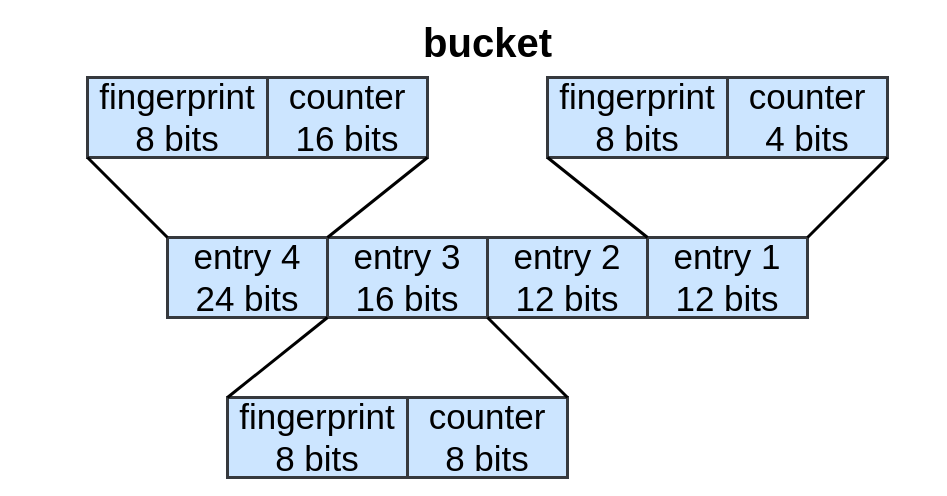
Before: page "bucket结构" (12 of 16) of 未命名绘图.drawio in sql0316/hello-world, a draw.io diagram. Source tidied: cells renumbered, new cells numbered last; positions are measured from the earlier drawing's top-left corner, leaving out a move shared by most shapes. Both pictures are drawn from the tidied source at 100%, with x=0, y=0 at pixel (87, 17).
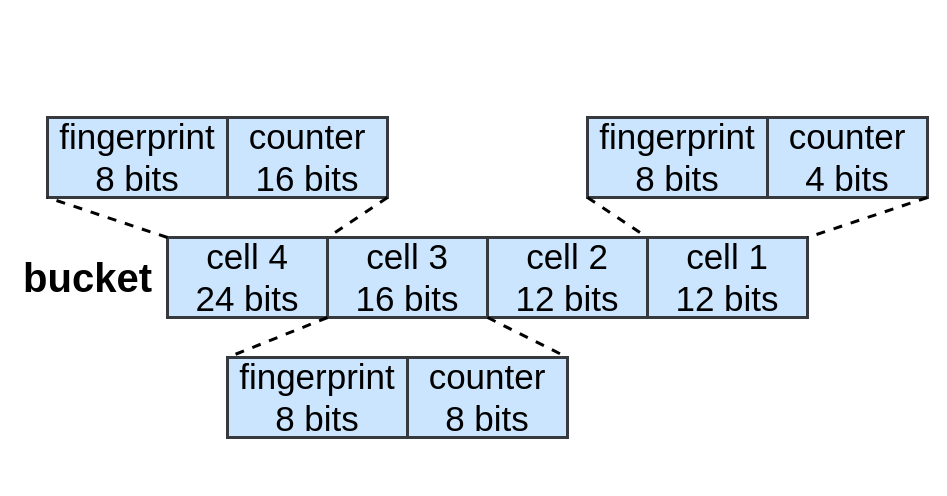
After the change.

Commit message:
更新未命名绘图.drawio

Diff of the diagram source:
```diff
@@
 <mxGraphModel>
   <root>
     <mxCell id="0" />
     <mxCell id="1" parent="0" />
-    <mxCell id="2" value="&lt;font style=&quot;font-size: 35px&quot;&gt;entry 1&lt;br&gt;12 bits&lt;br&gt;&lt;/font&gt;" style="rounded=0;whiteSpace=wrap;html=1;fontFamily=Helvetica;strokeWidth=3;fillColor=#cce5ff;strokeColor=#36393d;" parent="1" vertex="1">
+    <mxCell id="2" value="&lt;font style=&quot;font-size: 35px&quot;&gt;cell 1&lt;br&gt;12 bits&lt;br&gt;&lt;/font&gt;" style="rounded=0;whiteSpace=wrap;html=1;fontFamily=Helvetica;strokeWidth=3;fillColor=#cce5ff;strokeColor=#36393d;" parent="1" vertex="1">
       <mxGeometry x="560" y="220" width="160" height="80" as="geometry" />
     </mxCell>
-    <mxCell id="3" value="&lt;font style=&quot;font-size: 35px&quot;&gt;entry 2&lt;br&gt;12 bits&lt;br&gt;&lt;/font&gt;" style="rounded=0;whiteSpace=wrap;html=1;fontFamily=Helvetica;strokeWidth=3;fillColor=#cce5ff;strokeColor=#36393d;" parent="1" vertex="1">
+    <mxCell id="3" value="&lt;font style=&quot;font-size: 35px&quot;&gt;cell 2&lt;br&gt;12 bits&lt;br&gt;&lt;/font&gt;" style="rounded=0;whiteSpace=wrap;html=1;fontFamily=Helvetica;strokeWidth=3;fillColor=#cce5ff;strokeColor=#36393d;" parent="1" vertex="1">
       <mxGeometry x="400" y="220" width="160" height="80" as="geometry" />
     </mxCell>
-    <mxCell id="4" value="&lt;font style=&quot;font-size: 35px&quot;&gt;entry 3&lt;br&gt;16 bits&lt;br&gt;&lt;/font&gt;" style="rounded=0;whiteSpace=wrap;html=1;fontFamily=Helvetica;strokeWidth=3;fillColor=#cce5ff;strokeColor=#36393d;" parent="1" vertex="1">
+    <mxCell id="4" value="&lt;font style=&quot;font-size: 35px&quot;&gt;cell 3&lt;br&gt;16 bits&lt;br&gt;&lt;/font&gt;" style="rounded=0;whiteSpace=wrap;html=1;fontFamily=Helvetica;strokeWidth=3;fillColor=#cce5ff;strokeColor=#36393d;" parent="1" vertex="1">
       <mxGeometry x="240" y="220" width="160" height="80" as="geometry" />
     </mxCell>
-    <mxCell id="5" value="&lt;font style=&quot;font-size: 35px&quot;&gt;entry 4&lt;br&gt;24 bits&lt;br&gt;&lt;/font&gt;" style="rounded=0;whiteSpace=wrap;html=1;fontFamily=Helvetica;strokeWidth=3;fillColor=#cce5ff;strokeColor=#36393d;" parent="1" vertex="1">
+    <mxCell id="5" value="&lt;font style=&quot;font-size: 35px&quot;&gt;cell 4&lt;br&gt;24 bits&lt;br&gt;&lt;/font&gt;" style="rounded=0;whiteSpace=wrap;html=1;fontFamily=Helvetica;strokeWidth=3;fillColor=#cce5ff;strokeColor=#36393d;" parent="1" vertex="1">
       <mxGeometry x="80" y="220" width="160" height="80" as="geometry" />
     </mxCell>
     <mxCell id="6" value="&lt;font style=&quot;font-size: 35px&quot;&gt;fingerprint&lt;br&gt;8 bits&lt;br&gt;&lt;/font&gt;" style="rounded=0;whiteSpace=wrap;html=1;fontFamily=Helvetica;strokeWidth=3;fillColor=#cce5ff;strokeColor=#36393d;" parent="1" vertex="1">
-      <mxGeometry x="460" y="60" width="180" height="80" as="geometry" />
+      <mxGeometry x="500" y="100" width="180" height="80" as="geometry" />
     </mxCell>
     <mxCell id="7" value="&lt;font style=&quot;font-size: 35px&quot;&gt;counter&lt;br&gt;4 bits&lt;br&gt;&lt;/font&gt;" style="rounded=0;whiteSpace=wrap;html=1;fontFamily=Helvetica;strokeWidth=3;fillColor=#cce5ff;strokeColor=#36393d;" parent="1" vertex="1">
-      <mxGeometry x="640" y="60" width="160" height="80" as="geometry" />
+      <mxGeometry x="680" y="100" width="160" height="80" as="geometry" />
     </mxCell>
-    <mxCell id="8" style="rounded=1;jumpStyle=gap;jumpSize=6;jettySize=auto;html=1;exitX=0;exitY=1;exitDx=0;exitDy=0;shadow=0;fontFamily=Helvetica;fontSize=35;fontColor=#D4E1F5;startArrow=none;startFill=0;endArrow=none;endFill=0;strokeWidth=3;entryX=1;entryY=0;entryDx=0;entryDy=0;" parent="1" edge="1" source="6" target="3">
+    <mxCell id="8" style="rounded=1;jumpStyle=gap;jumpSize=6;jettySize=auto;html=1;exitX=0;exitY=1;exitDx=0;exitDy=0;shadow=0;fontFamily=Helvetica;fontSize=35;fontColor=#D4E1F5;startArrow=none;startFill=0;endArrow=none;endFill=0;strokeWidth=3;entryX=1;entryY=0;entryDx=0;entryDy=0;dashed=1;" parent="1" edge="1" source="6" target="3">
       <mxGeometry relative="1" as="geometry" />
     </mxCell>
-    <mxCell id="9" style="rounded=1;jumpStyle=gap;jumpSize=6;jettySize=auto;html=1;exitX=1;exitY=1;exitDx=0;exitDy=0;shadow=0;fontFamily=Helvetica;fontSize=35;fontColor=#D4E1F5;startArrow=none;startFill=0;endArrow=none;endFill=0;strokeWidth=3;entryX=1;entryY=0;entryDx=0;entryDy=0;" parent="1" edge="1" source="7" target="2">
+    <mxCell id="9" style="rounded=1;jumpStyle=gap;jumpSize=6;jettySize=auto;html=1;exitX=1;exitY=1;exitDx=0;exitDy=0;shadow=0;fontFamily=Helvetica;fontSize=35;fontColor=#D4E1F5;startArrow=none;startFill=0;endArrow=none;endFill=0;strokeWidth=3;entryX=1;entryY=0;entryDx=0;entryDy=0;dashed=1;" parent="1" edge="1" source="7" target="2">
       <mxGeometry relative="1" as="geometry" />
     </mxCell>
     <mxCell id="10" value="&lt;font style=&quot;font-size: 35px&quot;&gt;fingerprint&lt;br&gt;8 bits&lt;br&gt;&lt;/font&gt;" style="rounded=0;whiteSpace=wrap;html=1;fontFamily=Helvetica;strokeWidth=3;fillColor=#cce5ff;strokeColor=#36393d;" parent="1" vertex="1">
-      <mxGeometry x="140" y="380" width="180" height="80" as="geometry" />
+      <mxGeometry x="140" y="340" width="180" height="80" as="geometry" />
     </mxCell>
     <mxCell id="11" value="&lt;font style=&quot;font-size: 35px&quot;&gt;counter&lt;br&gt;8 bits&lt;br&gt;&lt;/font&gt;" style="rounded=0;whiteSpace=wrap;html=1;fontFamily=Helvetica;strokeWidth=3;fillColor=#cce5ff;strokeColor=#36393d;" parent="1" vertex="1">
-      <mxGeometry x="320" y="380" width="160" height="80" as="geometry" />
+      <mxGeometry x="320" y="340" width="160" height="80" as="geometry" />
     </mxCell>
-    <mxCell id="12" style="rounded=1;jumpStyle=gap;jumpSize=6;jettySize=auto;html=1;exitX=0;exitY=1;exitDx=0;exitDy=0;shadow=0;fontFamily=Helvetica;fontSize=35;fontColor=#D4E1F5;startArrow=none;startFill=0;endArrow=none;endFill=0;strokeWidth=3;entryX=0;entryY=0;entryDx=0;entryDy=0;" parent="1" edge="1" source="4" target="10">
+    <mxCell id="12" style="rounded=1;jumpStyle=gap;jumpSize=6;jettySize=auto;html=1;exitX=0;exitY=1;exitDx=0;exitDy=0;shadow=0;fontFamily=Helvetica;fontSize=35;fontColor=#D4E1F5;startArrow=none;startFill=0;endArrow=none;endFill=0;strokeWidth=3;entryX=0;entryY=0;entryDx=0;entryDy=0;dashed=1;" parent="1" edge="1" source="4" target="10">
       <mxGeometry relative="1" as="geometry" />
     </mxCell>
-    <mxCell id="13" style="rounded=1;jumpStyle=gap;jumpSize=6;jettySize=auto;html=1;exitX=1;exitY=1;exitDx=0;exitDy=0;shadow=0;fontFamily=Helvetica;fontSize=35;fontColor=#D4E1F5;startArrow=none;startFill=0;endArrow=none;endFill=0;strokeWidth=3;entryX=1;entryY=0;entryDx=0;entryDy=0;" parent="1" edge="1" source="4" target="11">
+    <mxCell id="13" style="rounded=1;jumpStyle=gap;jumpSize=6;jettySize=auto;html=1;exitX=1;exitY=1;exitDx=0;exitDy=0;shadow=0;fontFamily=Helvetica;fontSize=35;fontColor=#D4E1F5;startArrow=none;startFill=0;endArrow=none;endFill=0;strokeWidth=3;entryX=1;entryY=0;entryDx=0;entryDy=0;dashed=1;" parent="1" edge="1" source="4" target="11">
       <mxGeometry relative="1" as="geometry" />
     </mxCell>
     <mxCell id="14" value="&lt;font style=&quot;font-size: 35px&quot;&gt;fingerprint&lt;br&gt;8 bits&lt;br&gt;&lt;/font&gt;" style="rounded=0;whiteSpace=wrap;html=1;fontFamily=Helvetica;strokeWidth=3;fillColor=#cce5ff;strokeColor=#36393d;" parent="1" vertex="1">
-      <mxGeometry y="60" width="180" height="80" as="geometry" />
+      <mxGeometry x="-40" y="100" width="180" height="80" as="geometry" />
     </mxCell>
     <mxCell id="15" value="&lt;font style=&quot;font-size: 35px&quot;&gt;counter&lt;br&gt;16 bits&lt;br&gt;&lt;/font&gt;" style="rounded=0;whiteSpace=wrap;html=1;fontFamily=Helvetica;strokeWidth=3;fillColor=#cce5ff;strokeColor=#36393d;" parent="1" vertex="1">
-      <mxGeometry x="180" y="60" width="160" height="80" as="geometry" />
+      <mxGeometry x="140" y="100" width="160" height="80" as="geometry" />
     </mxCell>
-    <mxCell id="16" style="rounded=1;jumpStyle=gap;jumpSize=6;jettySize=auto;html=1;exitX=0;exitY=0;exitDx=0;exitDy=0;shadow=0;fontFamily=Helvetica;fontSize=35;fontColor=#D4E1F5;startArrow=none;startFill=0;endArrow=none;endFill=0;strokeWidth=3;entryX=0;entryY=1;entryDx=0;entryDy=0;" parent="1" edge="1" source="5" target="14">
+    <mxCell id="16" style="rounded=1;jumpStyle=gap;jumpSize=6;jettySize=auto;html=1;exitX=0;exitY=0;exitDx=0;exitDy=0;shadow=0;fontFamily=Helvetica;fontSize=35;fontColor=#D4E1F5;startArrow=none;startFill=0;endArrow=none;endFill=0;strokeWidth=3;entryX=0;entryY=1;entryDx=0;entryDy=0;dashed=1;" parent="1" edge="1" source="5" target="14">
       <mxGeometry relative="1" as="geometry" />
     </mxCell>
-    <mxCell id="17" style="rounded=1;jumpStyle=gap;jumpSize=6;jettySize=auto;html=1;exitX=1;exitY=1;exitDx=0;exitDy=0;shadow=0;fontFamily=Helvetica;fontSize=35;fontColor=#D4E1F5;startArrow=none;startFill=0;endArrow=none;endFill=0;strokeWidth=3;entryX=1;entryY=0;entryDx=0;entryDy=0;" parent="1" edge="1" source="15" target="5">
+    <mxCell id="17" style="rounded=1;jumpStyle=gap;jumpSize=6;jettySize=auto;html=1;exitX=1;exitY=1;exitDx=0;exitDy=0;shadow=0;fontFamily=Helvetica;fontSize=35;fontColor=#D4E1F5;startArrow=none;startFill=0;endArrow=none;endFill=0;strokeWidth=3;entryX=1;entryY=0;entryDx=0;entryDy=0;dashed=1;" parent="1" edge="1" source="15" target="5">
       <mxGeometry relative="1" as="geometry" />
     </mxCell>
     <mxCell id="18" value="&lt;font style=&quot;font-size: 40px&quot;&gt;bucket&lt;/font&gt;" style="text;html=1;align=center;verticalAlign=middle;fontStyle=1;fontFamily=Helvetica;fontSize=30;strokeWidth=3;" parent="1" vertex="1">
-      <mxGeometry x="330" width="140" height="50" as="geometry" />
+      <mxGeometry x="-70" y="235" width="140" height="50" as="geometry" />
     </mxCell>
   </root>
 </mxGraphModel>
```
